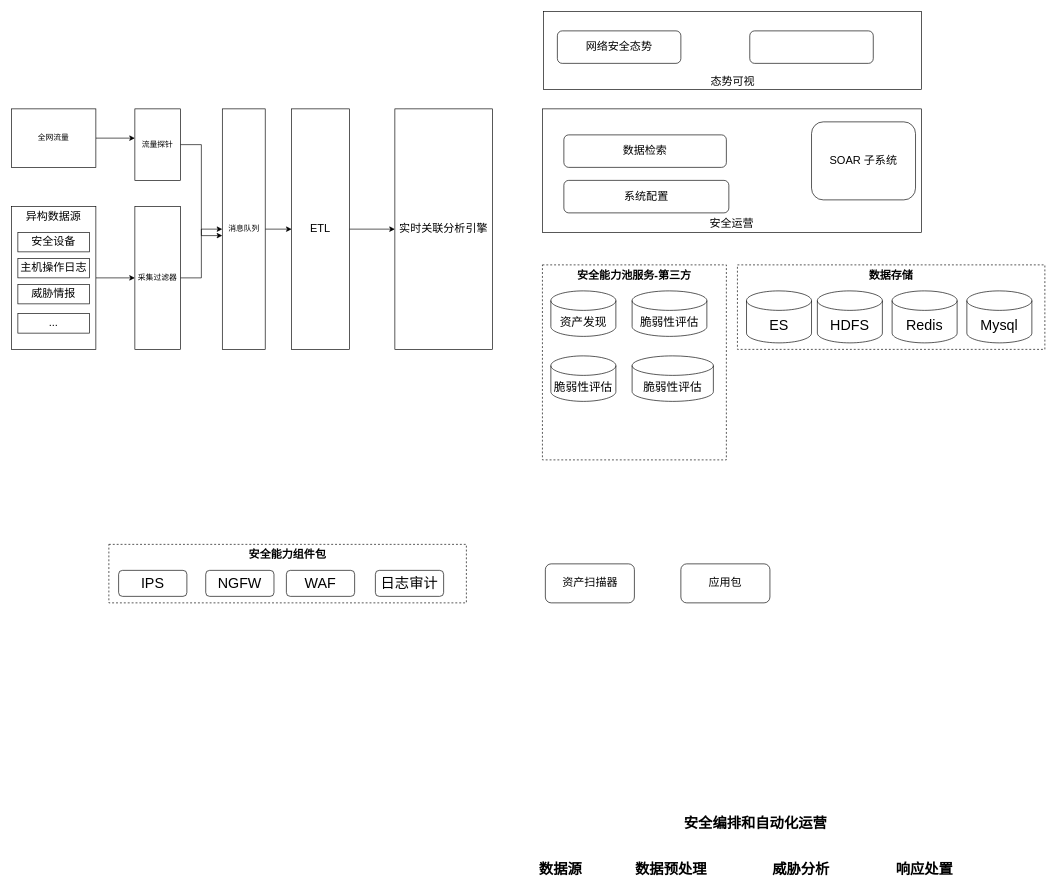
The draw.io diagram 安全大脑系统架构交互图.drawio in liujianqun/draw, before the edit. Source tidied: cells renumbered, new cells numbered last; positions are measured from the earlier drawing's top-left corner, leaving out a move shared by most shapes. Both pictures are drawn from the tidied source at 65%, with x=0, y=0 at pixel (11, 11).
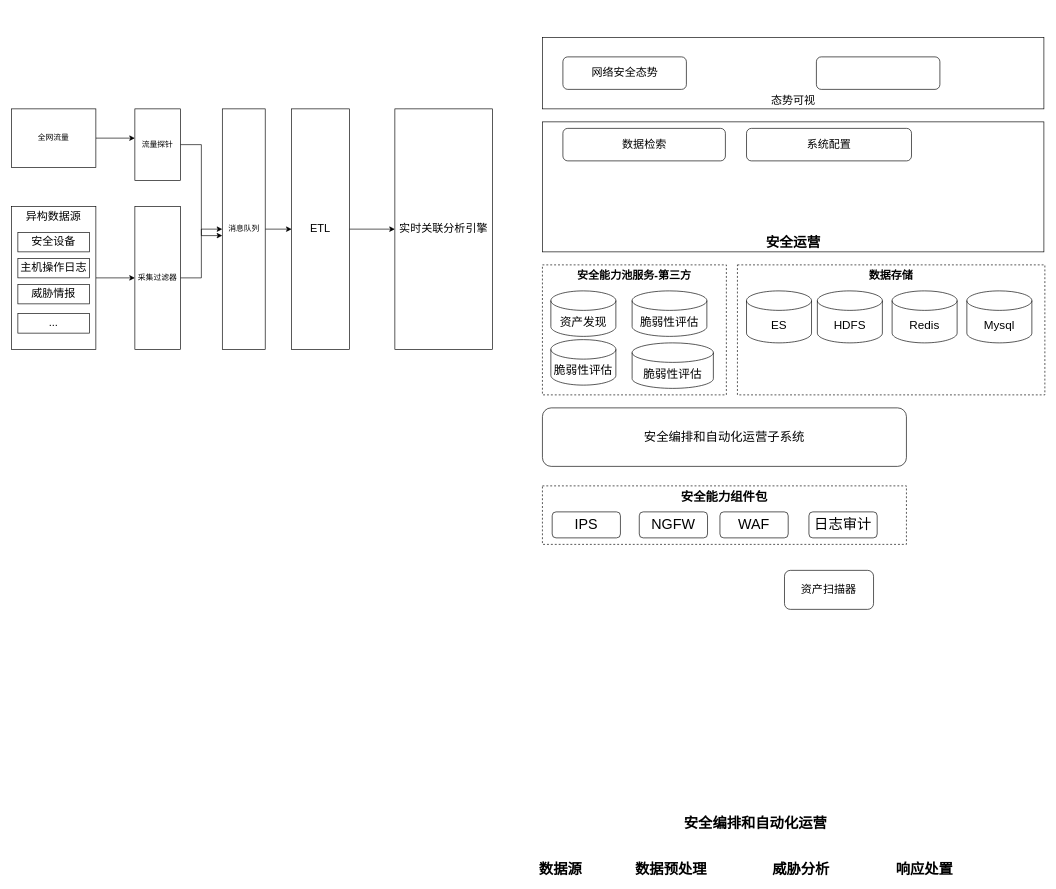
The same diagram, later.

Commit message:
Update 安全大脑系统架构交互图.drawio

Change to the diagram source:
```diff
@@
-    <mxCell id="17" value="安全运营" style="rounded=0;whiteSpace=wrap;html=1;fontSize=17;align=center;verticalAlign=bottom;" parent="1" vertex="1">
-      <mxGeometry x="817" y="150" width="583" height="190" as="geometry" />
+    <mxCell id="17" value="安全运营" style="rounded=0;whiteSpace=wrap;html=1;fontSize=21;align=center;verticalAlign=bottom;fontStyle=1;" parent="1" vertex="1">
+      <mxGeometry x="817" y="170" width="771.5" height="200" as="geometry" />
     </mxCell>
     <mxCell id="18" value="资产扫描器" style="rounded=1;whiteSpace=wrap;html=1;fontSize=17;" parent="1" vertex="1">
-      <mxGeometry x="821.5" y="850" width="137" height="60" as="geometry" />
+      <mxGeometry x="1189.4" y="860" width="137" height="60" as="geometry" />
     </mxCell>
-    <mxCell id="19" value="SOAR 子系统" style="rounded=1;whiteSpace=wrap;html=1;fontSize=17;" parent="1" vertex="1">
-      <mxGeometry x="1231" y="170" width="160" height="120" as="geometry" />
+    <mxCell id="19" value="安全编排和自动化运营子系统" style="rounded=1;whiteSpace=wrap;html=1;fontSize=19;verticalAlign=middle;" parent="1" vertex="1">
+      <mxGeometry x="817" y="610" width="560" height="90" as="geometry" />
     </mxCell>
     <mxCell id="20" value="系统配置" style="rounded=1;whiteSpace=wrap;html=1;fontSize=17;" parent="1" vertex="1">
-      <mxGeometry x="850" y="260" width="253.8" height="50" as="geometry" />
+      <mxGeometry x="1131" y="180" width="253.8" height="50" as="geometry" />
     </mxCell>
     <mxCell id="21" value="数据检索" style="rounded=1;whiteSpace=wrap;html=1;fontSize=17;" parent="1" vertex="1">
-      <mxGeometry x="850" y="190" width="250" height="50" as="geometry" />
+      <mxGeometry x="848.5" y="180" width="250" height="50" as="geometry" />
     </mxCell>
     <mxCell id="22" value="&lt;b&gt;安全能力池服务-第三方&lt;/b&gt;" style="rounded=0;whiteSpace=wrap;html=1;fontSize=17;dashed=1;verticalAlign=top;" parent="1" vertex="1">
-      <mxGeometry x="817" y="390" width="283" height="300" as="geometry" />
+      <mxGeometry x="817" y="390" width="283" height="200" as="geometry" />
     </mxCell>
@@
-    <mxCell id="30" value="&lt;b&gt;安全能力组件包&lt;/b&gt;" style="rounded=0;whiteSpace=wrap;html=1;fontSize=17;dashed=1;verticalAlign=top;" parent="1" vertex="1">
-      <mxGeometry x="150" y="820" width="550" height="90" as="geometry" />
+    <mxCell id="30" value="&lt;b style=&quot;font-size: 19px;&quot;&gt;安全能力组件包&lt;/b&gt;" style="rounded=0;whiteSpace=wrap;html=1;fontSize=19;dashed=1;verticalAlign=top;" parent="1" vertex="1">
+      <mxGeometry x="817" y="730" width="560" height="90" as="geometry" />
     </mxCell>
@@
     <mxCell id="33" value="脆弱性评估" style="shape=cylinder3;whiteSpace=wrap;html=1;boundedLbl=1;backgroundOutline=1;size=15;fontSize=18;align=center;" parent="1" vertex="1">
-      <mxGeometry x="830" y="530" width="100" height="70" as="geometry" />
+      <mxGeometry x="830" y="505" width="100" height="70" as="geometry" />
     </mxCell>
-    <mxCell id="34" value="应用包" style="rounded=1;whiteSpace=wrap;html=1;fontSize=17;" parent="1" vertex="1">
-      <mxGeometry x="1030" y="850" width="137" height="60" as="geometry" />
-    </mxCell>
     <mxCell id="35" value="态势可视" style="rounded=0;whiteSpace=wrap;html=1;fontSize=17;verticalAlign=bottom;" parent="1" vertex="1">
-      <mxGeometry x="818.5" width="581.5" height="120" as="geometry" />
+      <mxGeometry x="817" y="40" width="771.5" height="110" as="geometry" />
     </mxCell>
     <mxCell id="36" value="网络安全态势" style="rounded=1;whiteSpace=wrap;html=1;fontSize=17;" parent="1" vertex="1">
-      <mxGeometry x="840" y="30" width="190" height="50" as="geometry" />
+      <mxGeometry x="848.5" y="70" width="190" height="50" as="geometry" />
     </mxCell>
     <mxCell id="37" style="rounded=1;whiteSpace=wrap;html=1;fontSize=17;" parent="1" vertex="1">
-      <mxGeometry x="1136" y="30" width="190" height="50" as="geometry" />
+      <mxGeometry x="1238.5" y="70" width="190" height="50" as="geometry" />
     </mxCell>
     <mxCell id="38" value="脆弱性评估" style="shape=cylinder3;whiteSpace=wrap;html=1;boundedLbl=1;backgroundOutline=1;size=15;fontSize=18;align=center;" parent="1" vertex="1">
-      <mxGeometry x="955" y="530" width="125" height="70" as="geometry" />
+      <mxGeometry x="955" y="510" width="125" height="70" as="geometry" />
     </mxCell>
     <mxCell id="39" value="&lt;b&gt;数据存储&lt;/b&gt;" style="rounded=0;whiteSpace=wrap;html=1;fontSize=17;dashed=1;verticalAlign=top;" parent="1" vertex="1">
-      <mxGeometry x="1117" y="390" width="473" height="130" as="geometry" />
+      <mxGeometry x="1117" y="390" width="473" height="200" as="geometry" />
     </mxCell>
-    <mxCell id="40" value="ES" style="shape=cylinder3;whiteSpace=wrap;html=1;boundedLbl=1;backgroundOutline=1;size=15;fontSize=22;align=center;" parent="1" vertex="1">
+    <mxCell id="40" value="ES" style="shape=cylinder3;whiteSpace=wrap;html=1;boundedLbl=1;backgroundOutline=1;size=15;fontSize=18;align=center;" parent="1" vertex="1">
       <mxGeometry x="1131" y="430" width="100" height="80" as="geometry" />
     </mxCell>
-    <mxCell id="41" value="HDFS" style="shape=cylinder3;whiteSpace=wrap;html=1;boundedLbl=1;backgroundOutline=1;size=15;fontSize=22;align=center;" parent="1" vertex="1">
+    <mxCell id="41" value="HDFS" style="shape=cylinder3;whiteSpace=wrap;html=1;boundedLbl=1;backgroundOutline=1;size=15;fontSize=18;align=center;" parent="1" vertex="1">
       <mxGeometry x="1240" y="430" width="100" height="80" as="geometry" />
     </mxCell>
-    <mxCell id="42" value="Redis" style="shape=cylinder3;whiteSpace=wrap;html=1;boundedLbl=1;backgroundOutline=1;size=15;fontSize=22;align=center;" parent="1" vertex="1">
+    <mxCell id="42" value="Redis" style="shape=cylinder3;whiteSpace=wrap;html=1;boundedLbl=1;backgroundOutline=1;size=15;fontSize=18;align=center;" parent="1" vertex="1">
       <mxGeometry x="1355" y="430" width="100" height="80" as="geometry" />
     </mxCell>
-    <mxCell id="43" value="Mysql" style="shape=cylinder3;whiteSpace=wrap;html=1;boundedLbl=1;backgroundOutline=1;size=15;fontSize=22;align=center;" parent="1" vertex="1">
+    <mxCell id="43" value="Mysql" style="shape=cylinder3;whiteSpace=wrap;html=1;boundedLbl=1;backgroundOutline=1;size=15;fontSize=18;align=center;" parent="1" vertex="1">
       <mxGeometry x="1470" y="430" width="100" height="80" as="geometry" />
     </mxCell>
     <mxCell id="44" value="IPS" style="rounded=1;whiteSpace=wrap;html=1;fontSize=22;align=center;" parent="1" vertex="1">
-      <mxGeometry x="165" y="860" width="105" height="40" as="geometry" />
+      <mxGeometry x="832" y="770" width="105" height="40" as="geometry" />
     </mxCell>
     <mxCell id="45" value="NGFW" style="rounded=1;whiteSpace=wrap;html=1;fontSize=22;align=center;" parent="1" vertex="1">
-      <mxGeometry x="299" y="860" width="105" height="40" as="geometry" />
+      <mxGeometry x="966" y="770" width="105" height="40" as="geometry" />
     </mxCell>
     <mxCell id="46" value="WAF" style="rounded=1;whiteSpace=wrap;html=1;fontSize=22;align=center;" parent="1" vertex="1">
-      <mxGeometry x="423.1" y="860" width="105" height="40" as="geometry" />
+      <mxGeometry x="1090.1" y="770" width="105" height="40" as="geometry" />
     </mxCell>
     <mxCell id="47" value="日志审计" style="rounded=1;whiteSpace=wrap;html=1;fontSize=22;align=center;" parent="1" vertex="1">
-      <mxGeometry x="560" y="860" width="105" height="40" as="geometry" />
+      <mxGeometry x="1227" y="770" width="105" height="40" as="geometry" />
     </mxCell>
```
